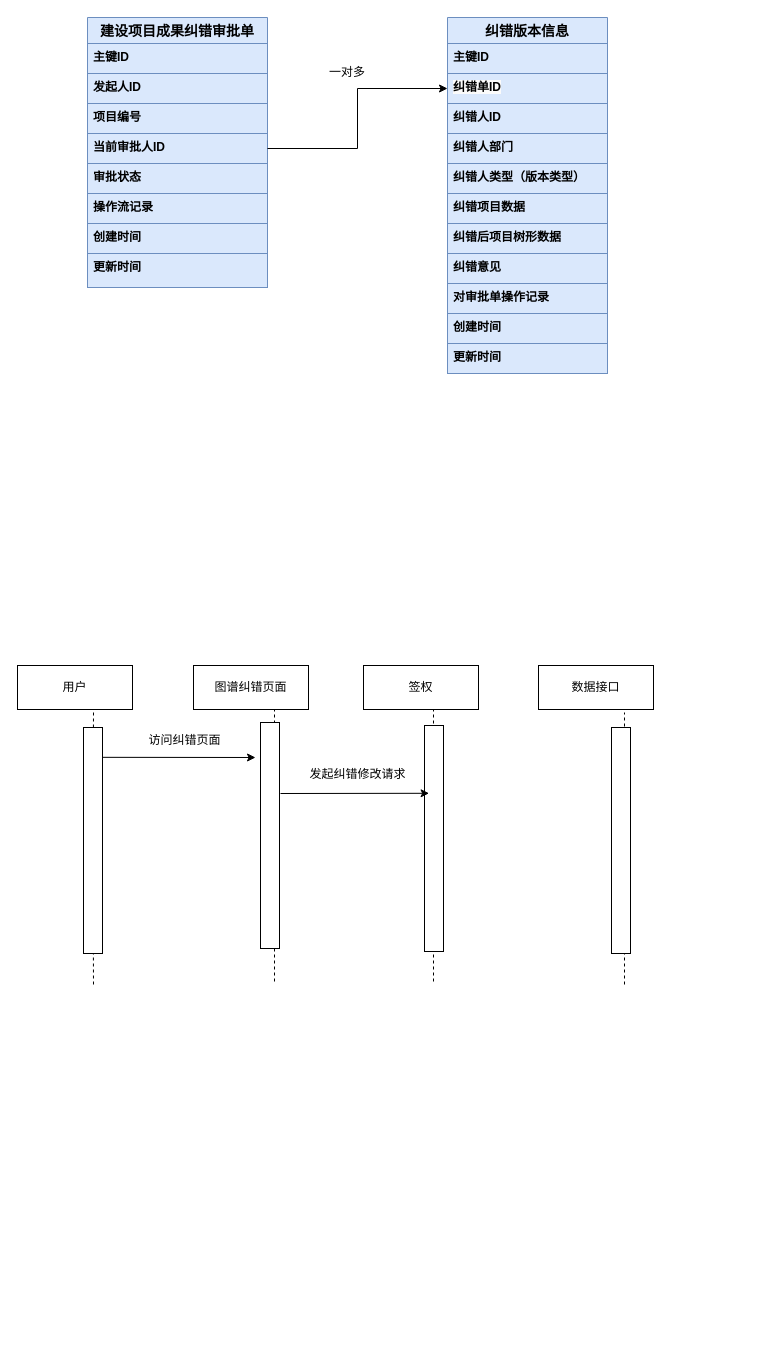
This is 未命名绘图.drawio from yang95xin/see, a draw.io file, before an edit. Source tidied: cells renumbered, new cells numbered last; positions are measured from the earlier drawing's top-left corner, leaving out a move shared by most shapes. Both pictures are drawn from the tidied source at 100%, with x=0, y=0 at pixel (17, 17).
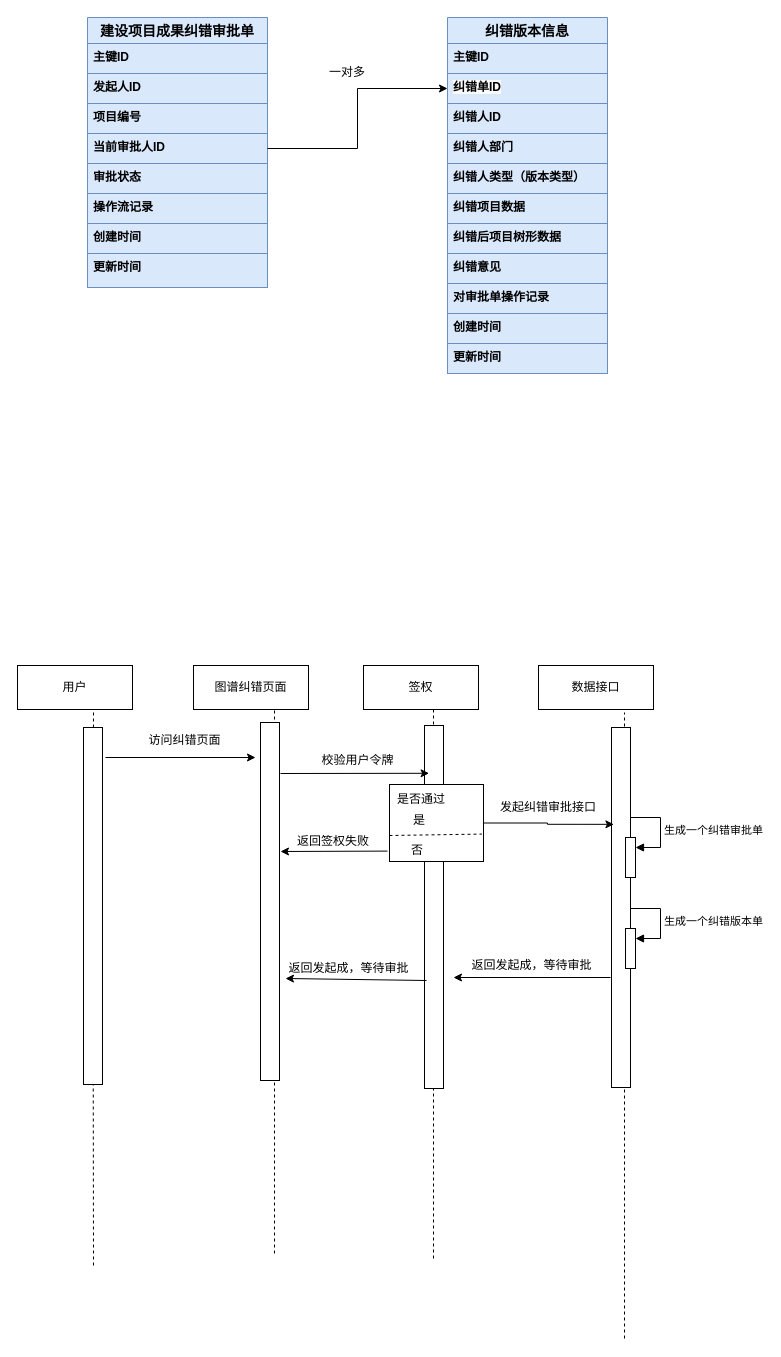
The same page after the edit.

Commit message (it also covers changes not shown here):
更新未命名绘图.drawio

Diff of the diagram source:
```diff
@@
     <mxCell id="30" style="endArrow=none;dashed=1;html=1;rounded=0;" parent="1" edge="1">
       <mxGeometry relative="1" as="geometry">
-        <mxPoint x="257" y="964" as="sourcePoint" />
+        <mxPoint x="257" y="1236" as="sourcePoint" />
         <mxPoint x="257" y="692" as="targetPoint" />
       </mxGeometry>
     </mxCell>
     <mxCell id="31" style="endArrow=none;dashed=1;html=1;rounded=0;" parent="1" edge="1">
       <mxGeometry relative="1" as="geometry">
-        <mxPoint x="416" y="964" as="sourcePoint" />
+        <mxPoint x="416" y="1241" as="sourcePoint" />
         <mxPoint x="416" y="692" as="targetPoint" />
       </mxGeometry>
     </mxCell>
     <mxCell id="32" style="endArrow=none;dashed=1;html=1;rounded=0;" parent="1" edge="1">
       <mxGeometry relative="1" as="geometry">
-        <mxPoint x="607" y="967" as="sourcePoint" />
+        <mxPoint x="607" y="1321" as="sourcePoint" />
         <mxPoint x="607" y="695" as="targetPoint" />
       </mxGeometry>
     </mxCell>
     <mxCell id="33" style="endArrow=none;dashed=1;html=1;rounded=0;" parent="1" edge="1" target="34">
       <mxGeometry relative="1" as="geometry">
-        <mxPoint x="76" y="967" as="sourcePoint" />
+        <mxPoint x="76" y="1248" as="sourcePoint" />
       </mxGeometry>
     </mxCell>
     <mxCell id="34" style="rounded=0;whiteSpace=wrap;html=1;" parent="1" vertex="1">
-      <mxGeometry x="66" y="710" width="19" height="226" as="geometry" />
+      <mxGeometry x="66" y="710" width="19" height="357" as="geometry" />
     </mxCell>
     <mxCell id="35" style="rounded=0;whiteSpace=wrap;html=1;" parent="1" vertex="1">
-      <mxGeometry x="243" y="705" width="19" height="226" as="geometry" />
+      <mxGeometry x="243" y="705" width="19" height="358" as="geometry" />
     </mxCell>
     <mxCell id="36" style="rounded=0;whiteSpace=wrap;html=1;" parent="1" vertex="1">
-      <mxGeometry x="407" y="708" width="19" height="226" as="geometry" />
+      <mxGeometry x="407" y="708" width="19" height="363" as="geometry" />
     </mxCell>
     <mxCell id="37" style="rounded=0;whiteSpace=wrap;html=1;" parent="1" vertex="1">
-      <mxGeometry x="594" y="710" width="19" height="226" as="geometry" />
+      <mxGeometry x="594" y="710" width="19" height="360" as="geometry" />
     </mxCell>
-    <mxCell id="38" style="endArrow=classic;html=1;rounded=0;exitX=1.011;exitY=0.132;exitDx=0;exitDy=0;exitPerimeter=0;" parent="1" edge="1" source="34">
+    <mxCell id="38" style="endArrow=classic;html=1;rounded=0;" parent="1" edge="1">
       <mxGeometry relative="1" as="geometry">
+        <mxPoint x="88" y="740" as="sourcePoint" />
         <mxPoint x="238" y="740" as="targetPoint" />
       </mxGeometry>
     </mxCell>
@@
-    <mxCell id="40" style="endArrow=classic;html=1;rounded=0;entryX=0.242;entryY=0.3;entryDx=0;entryDy=0;entryPerimeter=0;" parent="1" edge="1" target="36">
+    <mxCell id="40" style="endArrow=classic;html=1;rounded=0;entryX=0.242;entryY=0.3;entryDx=0;entryDy=0;entryPerimeter=0;" parent="1" edge="1">
       <mxGeometry relative="1" as="geometry">
-        <mxPoint x="263" y="776" as="sourcePoint" />
+        <mxPoint x="263" y="756" as="sourcePoint" />
+        <mxPoint x="411.6" y="755.8" as="targetPoint" />
       </mxGeometry>
     </mxCell>
-    <mxCell id="41" value="发起纠错修改请求" style="text;html=1;align=center;verticalAlign=middle;whiteSpace=wrap;rounded=0;" parent="1" vertex="1">
-      <mxGeometry x="291" y="742" width="99" height="30" as="geometry" />
+    <mxCell id="41" value="校验用户令牌" style="text;html=1;align=center;verticalAlign=middle;whiteSpace=wrap;rounded=0;" parent="1" vertex="1">
+      <mxGeometry x="291" y="728" width="99" height="30" as="geometry" />
     </mxCell>
+    <mxCell id="42" style="rounded=0;whiteSpace=wrap;html=1;" parent="1" vertex="1">
+      <mxGeometry x="372" y="767" width="94" height="77" as="geometry" />
+    </mxCell>
+    <mxCell id="43" value="是否通过" style="text;html=1;align=center;verticalAlign=middle;whiteSpace=wrap;rounded=0;" parent="1" vertex="1">
+      <mxGeometry x="373.5" y="767" width="60" height="30" as="geometry" />
+    </mxCell>
+    <mxCell id="44" value="是" style="text;html=1;align=center;verticalAlign=middle;whiteSpace=wrap;rounded=0;" parent="1" vertex="1">
+      <mxGeometry x="372" y="788" width="60" height="30" as="geometry" />
+    </mxCell>
+    <mxCell id="45" style="endArrow=none;dashed=1;html=1;rounded=0;exitX=0;exitY=1;exitDx=0;exitDy=0;entryX=0.983;entryY=0.644;entryDx=0;entryDy=0;entryPerimeter=0;" parent="1" edge="1" source="44" target="42">
+      <mxGeometry relative="1" as="geometry" />
+    </mxCell>
+    <mxCell id="46" value="否" style="text;html=1;align=center;verticalAlign=middle;whiteSpace=wrap;rounded=0;" parent="1" vertex="1">
+      <mxGeometry x="370" y="818" width="60" height="30" as="geometry" />
+    </mxCell>
+    <mxCell id="47" style="endArrow=classic;html=1;rounded=0;" parent="1" edge="1">
+      <mxGeometry relative="1" as="geometry">
+        <mxPoint x="370" y="833.6" as="sourcePoint" />
+        <mxPoint x="263" y="834" as="targetPoint" />
+      </mxGeometry>
+    </mxCell>
+    <mxCell id="48" value="返回签权失败" style="text;html=1;align=center;verticalAlign=middle;whiteSpace=wrap;rounded=0;" parent="1" vertex="1">
+      <mxGeometry x="270" y="818" width="92" height="12" as="geometry" />
+    </mxCell>
+    <mxCell id="49" style="edgeStyle=orthogonalEdgeStyle;rounded=0;jettySize=auto;html=1;exitX=1;exitY=0.5;exitDx=0;exitDy=0;entryX=0.126;entryY=0.269;entryDx=0;entryDy=0;entryPerimeter=0;" parent="1" edge="1" source="42" target="37">
+      <mxGeometry relative="1" as="geometry" />
+    </mxCell>
+    <mxCell id="50" value="发起纠错审批接口" style="text;html=1;align=center;verticalAlign=middle;whiteSpace=wrap;rounded=0;" parent="1" vertex="1">
+      <mxGeometry x="476" y="779" width="110" height="21" as="geometry" />
+    </mxCell>
+    <mxCell id="51" style="endArrow=classic;html=1;rounded=0;" parent="1" edge="1">
+      <mxGeometry relative="1" as="geometry">
+        <mxPoint x="593" y="960" as="sourcePoint" />
+        <mxPoint x="436" y="960" as="targetPoint" />
+      </mxGeometry>
+    </mxCell>
+    <mxCell id="52" value="返回发起成，等待审批" style="text;html=1;align=center;verticalAlign=middle;whiteSpace=wrap;rounded=0;" parent="1" vertex="1">
+      <mxGeometry x="450" y="938" width="129" height="20" as="geometry" />
+    </mxCell>
+    <mxCell id="53" style="html=1;points=[[0,0,0,0,5],[0,1,0,0,-5],[1,0,0,0,5],[1,1,0,0,-5]];perimeter=orthogonalPerimeter;outlineConnect=0;targetShapes=umlLifeline;portConstraint=eastwest;newEdgeStyle={&quot;curved&quot;:0,&quot;rounded&quot;:0};" parent="1" vertex="1">
+      <mxGeometry x="608" y="911" width="10" height="40" as="geometry" />
+    </mxCell>
+    <mxCell id="54" value="生成一个纠错版本单" style="html=1;align=left;spacingLeft=2;endArrow=block;rounded=0;edgeStyle=orthogonalEdgeStyle;curved=0;rounded=0;" parent="1" edge="1" target="53">
+      <mxGeometry relative="1" as="geometry">
+        <mxPoint x="613" y="891" as="sourcePoint" />
+        <Array as="points">
+          <mxPoint x="643" y="921" />
+        </Array>
+      </mxGeometry>
+    </mxCell>
+    <mxCell id="55" style="html=1;points=[[0,0,0,0,5],[0,1,0,0,-5],[1,0,0,0,5],[1,1,0,0,-5]];perimeter=orthogonalPerimeter;outlineConnect=0;targetShapes=umlLifeline;portConstraint=eastwest;newEdgeStyle={&quot;curved&quot;:0,&quot;rounded&quot;:0};" parent="1" vertex="1">
+      <mxGeometry x="608" y="820" width="10" height="40" as="geometry" />
+    </mxCell>
+    <mxCell id="56" value="生成一个纠错审批单" style="html=1;align=left;spacingLeft=2;endArrow=block;rounded=0;edgeStyle=orthogonalEdgeStyle;curved=0;rounded=0;" parent="1" edge="1" target="55">
+      <mxGeometry relative="1" as="geometry">
+        <mxPoint x="613" y="800" as="sourcePoint" />
+        <Array as="points">
+          <mxPoint x="643" y="830" />
+        </Array>
+      </mxGeometry>
+    </mxCell>
+    <mxCell id="57" style="endArrow=classic;html=1;rounded=0;exitX=-0.042;exitY=0.484;exitDx=0;exitDy=0;exitPerimeter=0;entryX=0;entryY=1;entryDx=0;entryDy=0;" parent="1" edge="1" target="58">
+      <mxGeometry relative="1" as="geometry">
+        <mxPoint x="409" y="963" as="sourcePoint" />
+      </mxGeometry>
+    </mxCell>
+    <mxCell id="58" value="返回发起成，等待审批" style="text;html=1;align=center;verticalAlign=middle;whiteSpace=wrap;rounded=0;" parent="1" vertex="1">
+      <mxGeometry x="268" y="941" width="127" height="20" as="geometry" />
+    </mxCell>
```
